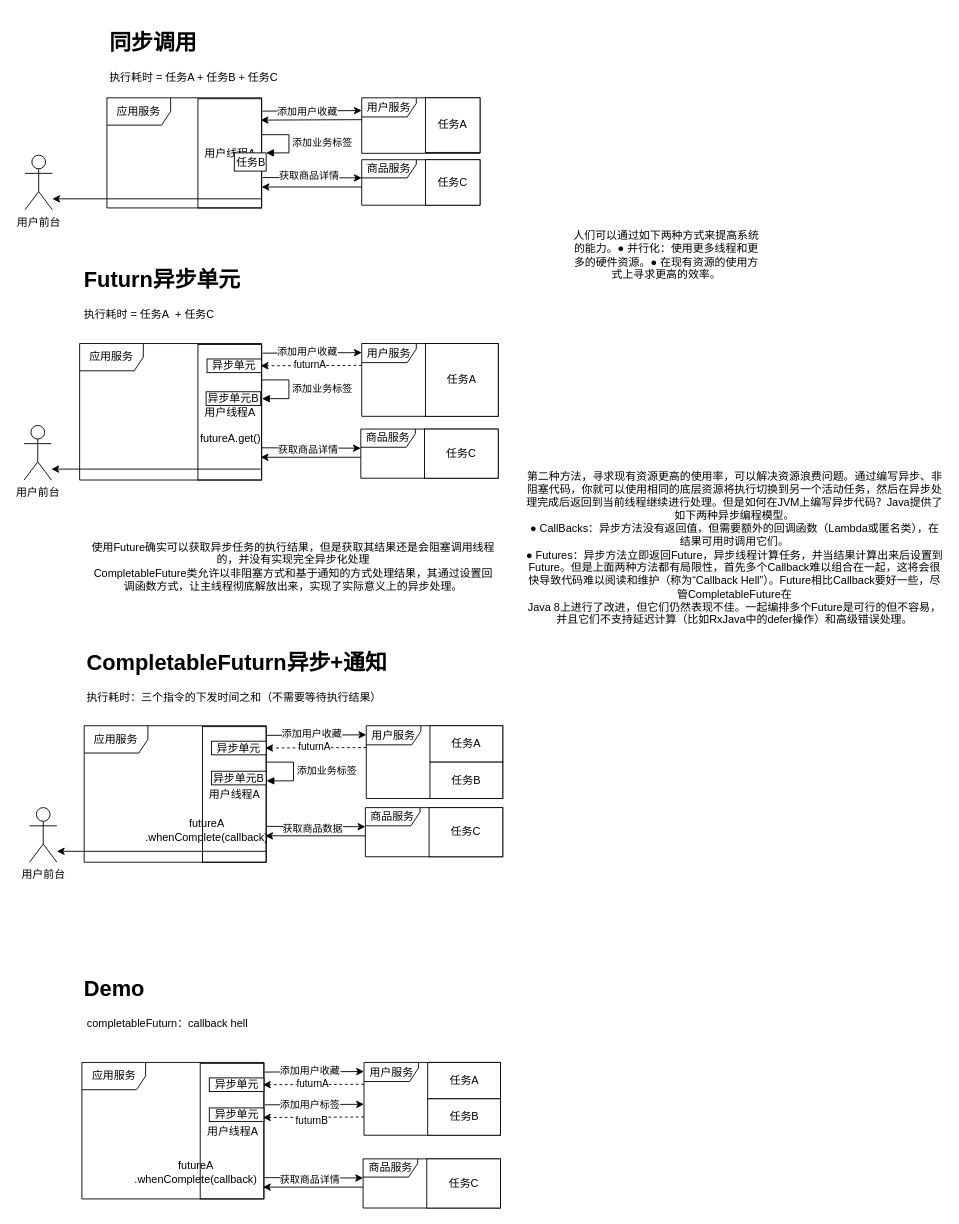
keep-moving-free/keep-moving-free keeps this draw.io diagram as 1.drawio. Above is the earlier version. Source tidied: cells renumbered, new cells numbered last; positions are measured from the earlier drawing's top-left corner, leaving out a move shared by most shapes. Both pictures are drawn from the tidied source at 91%, with x=0, y=0 at pixel (24, 25).
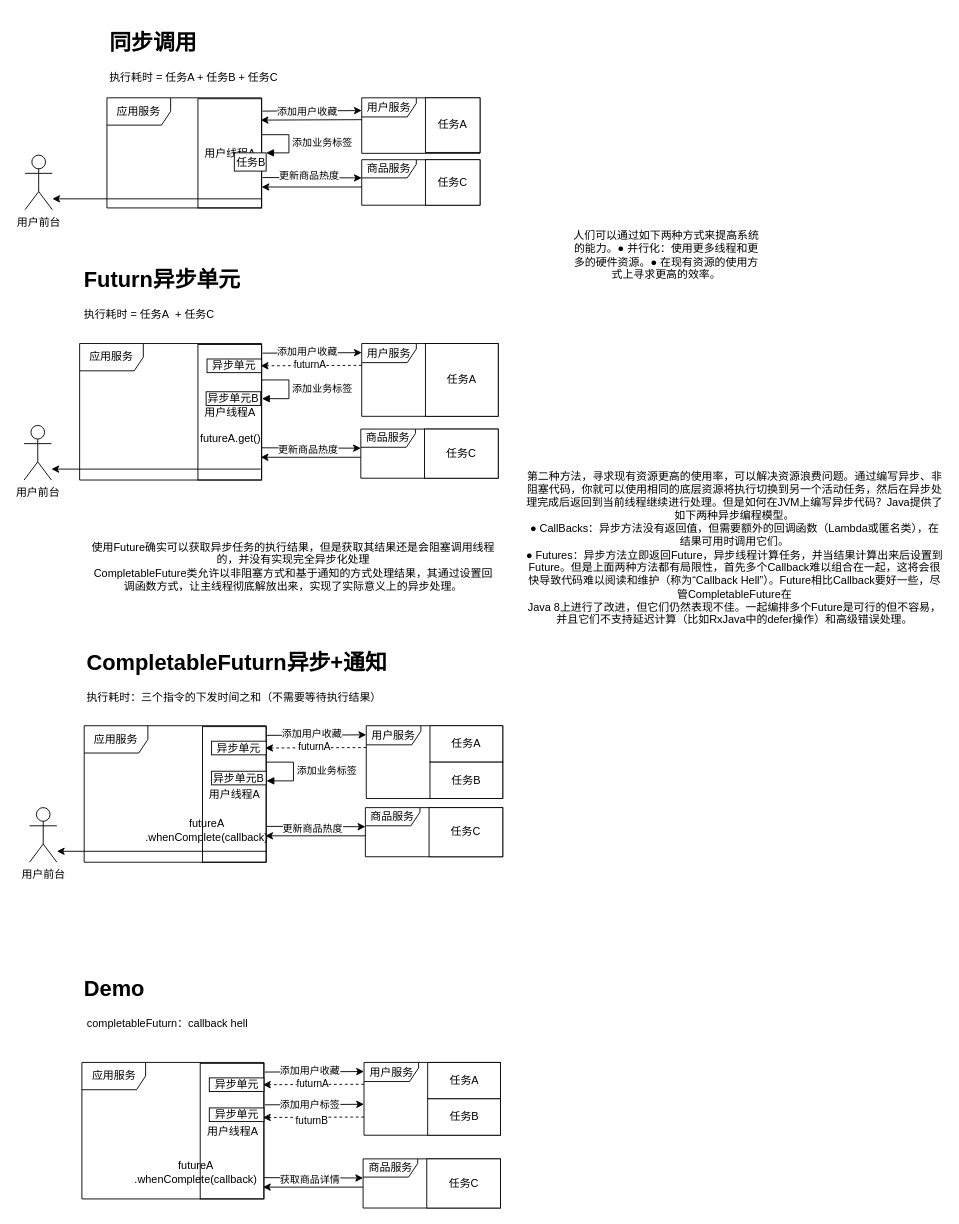
The same diagram, later.

The change refers to these unchanged cells:
```xml
<mxCell id="11" style="endArrow=classic;html=1;rounded=0;exitX=1.014;exitY=0.663;exitDx=0;exitDy=0;exitPerimeter=0;" parent="1" edge="1">
  <mxGeometry relative="1" as="geometry">
    <mxPoint x="262" y="167.6" as="sourcePoint" />
    <mxPoint x="371" y="168" as="targetPoint" />
  </mxGeometry>
</mxCell>
<mxCell id="26" style="endArrow=classic;html=1;rounded=0;exitX=1.014;exitY=0.663;exitDx=0;exitDy=0;exitPerimeter=0;" parent="1" edge="1">
  <mxGeometry relative="1" as="geometry">
    <mxPoint x="261" y="464.6" as="sourcePoint" />
    <mxPoint x="370" y="465" as="targetPoint" />
  </mxGeometry>
</mxCell>
<mxCell id="43" style="endArrow=classic;html=1;rounded=0;exitX=1.014;exitY=0.663;exitDx=0;exitDy=0;exitPerimeter=0;" parent="1" edge="1">
  <mxGeometry relative="1" as="geometry">
    <mxPoint x="266" y="880.6" as="sourcePoint" />
    <mxPoint x="375" y="881" as="targetPoint" />
  </mxGeometry>
</mxCell>
```

Change to the diagram source:
```diff
@@
-    <mxCell id="12" value="获取商品详情" style="edgeLabel;html=1;align=center;verticalAlign=middle;" parent="11" vertex="1">
+    <mxCell id="12" value="更新商品热度" style="edgeLabel;html=1;align=center;verticalAlign=middle;" parent="11" vertex="1">
       <mxGeometry x="-0.07" y="2" relative="1" as="geometry">
         <mxPoint x="-1" as="offset" />
       </mxGeometry>
     </mxCell>
@@
-    <mxCell id="27" value="获取商品详情" style="edgeLabel;html=1;align=center;verticalAlign=middle;" parent="26" vertex="1">
+    <mxCell id="27" value="更新商品热度" style="edgeLabel;html=1;align=center;verticalAlign=middle;" parent="26" vertex="1">
       <mxGeometry x="-0.07" y="2" relative="1" as="geometry">
         <mxPoint x="-1" y="4" as="offset" />
       </mxGeometry>
     </mxCell>
@@
-    <mxCell id="44" value="获取商品数据" style="edgeLabel;html=1;align=center;verticalAlign=middle;" parent="43" vertex="1">
+    <mxCell id="44" value="更新商品热度" style="edgeLabel;html=1;align=center;verticalAlign=middle;" parent="43" vertex="1">
       <mxGeometry x="-0.07" y="2" relative="1" as="geometry">
         <mxPoint x="-1" y="4" as="offset" />
       </mxGeometry>
     </mxCell>
```
